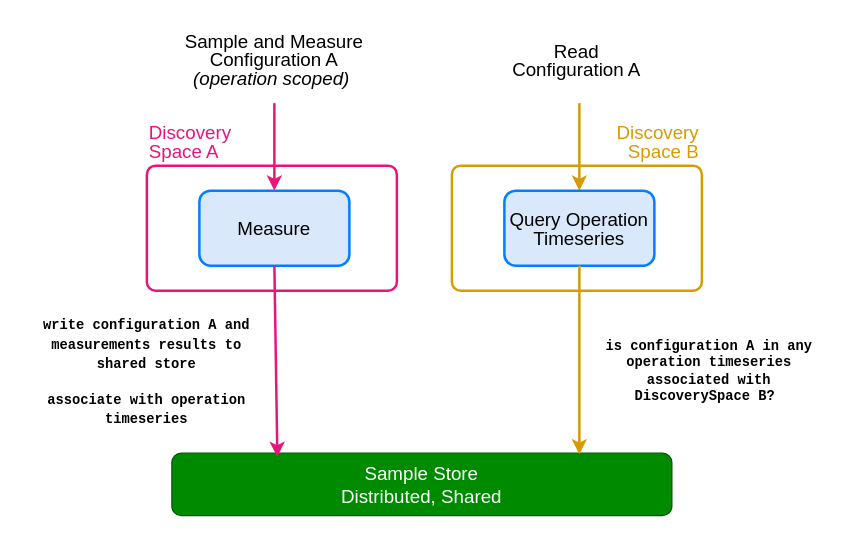
Before: paper/ds_interaction_v2.drawio in IBM/ado, a draw.io diagram. Source tidied: cells renumbered, new cells numbered last; positions are measured from the earlier drawing's top-left corner, leaving out a move shared by most shapes. Both pictures are drawn from the tidied source at 125%, with x=0, y=0 at pixel (21, 28).
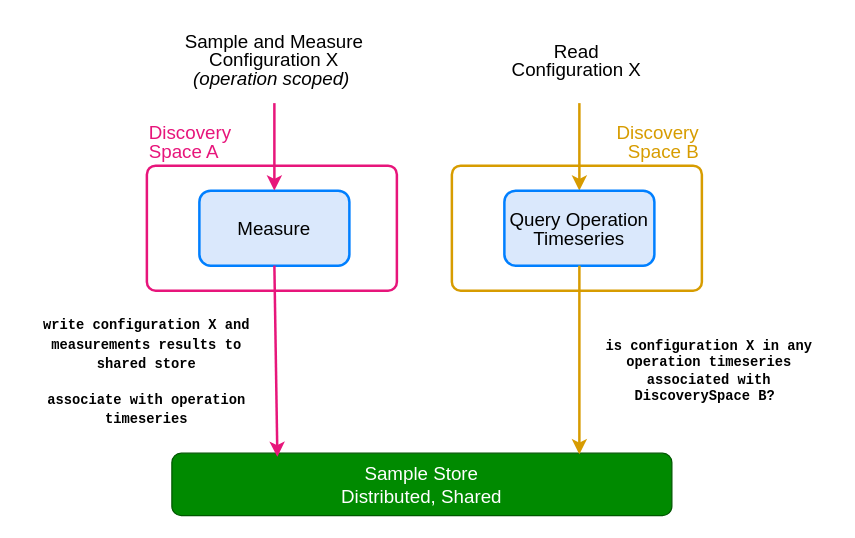
Above is the later version.

Diff of the diagram source:
```diff
@@
 <mxGraphModel>
   <root>
     <mxCell id="0" />
     <mxCell id="1" parent="0" />
     <mxCell id="2" value="&lt;p style=&quot;line-height: 100%;&quot;&gt;Discovery &lt;br style=&quot;font-size: 15px;&quot;&gt;Space A&lt;/p&gt;" style="rounded=1;whiteSpace=wrap;html=1;fillColor=none;strokeColor=#E7157B;strokeWidth=2;fontColor=#E7157B;labelPosition=center;verticalLabelPosition=top;align=left;verticalAlign=bottom;fontSize=15;arcSize=7;spacingBottom=-13;" parent="1" vertex="1">
       <mxGeometry x="100" y="110" width="200" height="100" as="geometry" />
     </mxCell>
     <mxCell id="3" value="&lt;p style=&quot;line-height: 100%;&quot;&gt;&lt;span style=&quot;color: rgb(215, 156, 0);&quot;&gt;Discovery &lt;br style=&quot;font-size: 15px;&quot;&gt;Space B&lt;/span&gt;&lt;/p&gt;" style="rounded=1;whiteSpace=wrap;html=1;fillColor=none;strokeColor=light-dark(#d79c00, #ff81d9);strokeWidth=2;fontColor=#E7157B;labelPosition=center;verticalLabelPosition=top;align=right;verticalAlign=bottom;fontSize=15;arcSize=7;spacingTop=0;spacingBottom=-13;" parent="1" vertex="1">
       <mxGeometry x="344" y="110" width="200" height="100" as="geometry" />
     </mxCell>
     <mxCell id="4" value="Sample Store&lt;br style=&quot;font-size: 15px;&quot;&gt;Distributed, Shared" style="rounded=1;whiteSpace=wrap;html=1;fillColor=#008a00;strokeColor=#005700;fontColor=#ffffff;fontSize=15;" parent="1" vertex="1">
       <mxGeometry x="120" y="340" width="400" height="50" as="geometry" />
     </mxCell>
     <mxCell id="5" style="edgeStyle=orthogonalEdgeStyle;rounded=0;orthogonalLoop=1;jettySize=auto;html=1;exitX=0.5;exitY=1;exitDx=0;exitDy=0;fontSize=15;" parent="1" edge="1">
       <mxGeometry relative="1" as="geometry">
         <mxPoint x="414" y="10" as="sourcePoint" />
         <mxPoint x="414" y="10" as="targetPoint" />
       </mxGeometry>
     </mxCell>
     <mxCell id="6" style="endArrow=classic;html=1;rounded=0;entryX=0.5;entryY=0;entryDx=0;entryDy=0;fillColor=#ffe6cc;strokeColor=#d79b00;strokeWidth=2;" parent="1" edge="1" target="11">
       <mxGeometry relative="1" as="geometry">
         <mxPoint x="446" y="60" as="sourcePoint" />
       </mxGeometry>
     </mxCell>
-    <mxCell id="7" value="&lt;font face=&quot;Courier New&quot; style=&quot;font-size: 11px;&quot;&gt;&lt;b&gt;write configuration A and measurements results to shared store&lt;/b&gt;&lt;/font&gt;&lt;div&gt;&lt;font style=&quot;font-size: 11px;&quot;&gt;&lt;b&gt;&lt;br&gt;&lt;/b&gt;&lt;/font&gt;&lt;div&gt;&lt;font face=&quot;Courier New&quot; style=&quot;font-size: 11px;&quot;&gt;&lt;b&gt;associate with operation timeseries&lt;/b&gt;&lt;/font&gt;&lt;/div&gt;&lt;/div&gt;" style="text;html=1;whiteSpace=wrap;strokeColor=none;fillColor=none;align=center;verticalAlign=middle;rounded=0;" parent="1" vertex="1">
+    <mxCell id="7" value="&lt;font face=&quot;Courier New&quot; style=&quot;font-size: 11px;&quot;&gt;&lt;b&gt;write configuration X and measurements results to shared store&lt;/b&gt;&lt;/font&gt;&lt;div&gt;&lt;font style=&quot;font-size: 11px;&quot;&gt;&lt;b&gt;&lt;br&gt;&lt;/b&gt;&lt;/font&gt;&lt;div&gt;&lt;font face=&quot;Courier New&quot; style=&quot;font-size: 11px;&quot;&gt;&lt;b&gt;associate with operation timeseries&lt;/b&gt;&lt;/font&gt;&lt;/div&gt;&lt;/div&gt;" style="text;html=1;whiteSpace=wrap;strokeColor=none;fillColor=none;align=center;verticalAlign=middle;rounded=0;" parent="1" vertex="1">
       <mxGeometry y="260" width="200" height="30" as="geometry" />
     </mxCell>
-    <mxCell id="8" value="&lt;div style=&quot;font-size: 15px; line-height: 100%;&quot;&gt;Sample and Measure Configuration A&lt;/div&gt;&lt;div style=&quot;font-size: 15px; line-height: 100%;&quot;&gt;&lt;i&gt;(operation scoped)&amp;nbsp;&lt;/i&gt;&lt;br&gt;&lt;/div&gt;" style="text;html=1;strokeColor=none;fillColor=none;align=center;verticalAlign=middle;whiteSpace=wrap;rounded=0;fontColor=light-dark(#000000, #ce6100);fontSize=15;" parent="1" vertex="1">
+    <mxCell id="8" value="&lt;div style=&quot;font-size: 15px; line-height: 100%;&quot;&gt;Sample and Measure Configuration X&lt;/div&gt;&lt;div style=&quot;font-size: 15px; line-height: 100%;&quot;&gt;&lt;i&gt;(operation scoped)&amp;nbsp;&lt;/i&gt;&lt;br&gt;&lt;/div&gt;" style="text;html=1;strokeColor=none;fillColor=none;align=center;verticalAlign=middle;whiteSpace=wrap;rounded=0;fontColor=light-dark(#000000, #ce6100);fontSize=15;" parent="1" vertex="1">
       <mxGeometry x="117" width="170" height="50" as="geometry" />
     </mxCell>
-    <mxCell id="9" value="&lt;p style=&quot;line-height: 100%;&quot;&gt;Read Configuration A&lt;/p&gt;" style="text;html=1;align=center;verticalAlign=middle;whiteSpace=wrap;rounded=0;fontSize=15;" parent="1" vertex="1">
+    <mxCell id="9" value="&lt;p style=&quot;line-height: 100%;&quot;&gt;Read Configuration X&lt;/p&gt;" style="text;html=1;align=center;verticalAlign=middle;whiteSpace=wrap;rounded=0;fontSize=15;" parent="1" vertex="1">
       <mxGeometry x="384" width="120" height="50" as="geometry" />
     </mxCell>
     <mxCell id="10" value="&lt;p style=&quot;line-height: 100%;&quot;&gt;Measure&lt;/p&gt;" style="rounded=1;whiteSpace=wrap;html=1;fillColor=#dae8fc;strokeColor=#007FFF;strokeWidth=2;fontColor=#000000;fontSize=15;" parent="1" vertex="1">
       <mxGeometry x="142" y="130" width="120" height="60" as="geometry" />
     </mxCell>
     <mxCell id="11" value="&lt;p style=&quot;line-height: 100%;&quot;&gt;Query Operation Timeseries&lt;/p&gt;" style="rounded=1;whiteSpace=wrap;html=1;fillColor=#dae8fc;strokeColor=#007FFF;strokeWidth=2;fontColor=#000000;fontSize=15;" parent="1" vertex="1">
       <mxGeometry x="386" y="130" width="120" height="60" as="geometry" />
     </mxCell>
-    <mxCell id="12" value="&lt;div&gt;&lt;b&gt;is configuration A in any operation timeseries associated with DiscoverySpace B?&amp;nbsp;&lt;/b&gt;&lt;/div&gt;" style="text;html=1;whiteSpace=wrap;strokeColor=none;fillColor=none;align=center;verticalAlign=middle;rounded=0;fontFamily=Courier New;fontSize=11;" parent="1" vertex="1">
+    <mxCell id="12" value="&lt;div&gt;&lt;b&gt;is configuration X in any operation timeseries associated with DiscoverySpace B?&amp;nbsp;&lt;/b&gt;&lt;/div&gt;" style="text;html=1;whiteSpace=wrap;strokeColor=none;fillColor=none;align=center;verticalAlign=middle;rounded=0;fontFamily=Courier New;fontSize=11;" parent="1" vertex="1">
       <mxGeometry x="450" y="260" width="200" height="30" as="geometry" />
     </mxCell>
     <mxCell id="13" style="endArrow=classic;html=1;rounded=0;entryX=0.5;entryY=0;entryDx=0;entryDy=0;fillColor=#dae8fc;strokeColor=light-dark(#e7167b, #5c79a3);strokeWidth=2;" parent="1" edge="1" target="10">
       <mxGeometry relative="1" as="geometry">
         <mxPoint x="202" y="60" as="sourcePoint" />
       </mxGeometry>
     </mxCell>
     <mxCell id="14" style="endArrow=classic;html=1;rounded=0;entryX=0.211;entryY=0.06;entryDx=0;entryDy=0;exitX=0.5;exitY=1;exitDx=0;exitDy=0;entryPerimeter=0;strokeWidth=2;fillColor=#dae8fc;strokeColor=light-dark(#e7167b, #5c79a3);" parent="1" edge="1" source="10" target="4">
       <mxGeometry relative="1" as="geometry" />
     </mxCell>
     <mxCell id="15" style="endArrow=classic;html=1;rounded=0;entryX=0.815;entryY=0.02;entryDx=0;entryDy=0;entryPerimeter=0;fillColor=#ffe6cc;strokeColor=#d79b00;strokeWidth=2;exitX=0.5;exitY=1;exitDx=0;exitDy=0;" parent="1" edge="1" source="11" target="4">
       <mxGeometry relative="1" as="geometry" />
     </mxCell>
   </root>
 </mxGraphModel>
```
